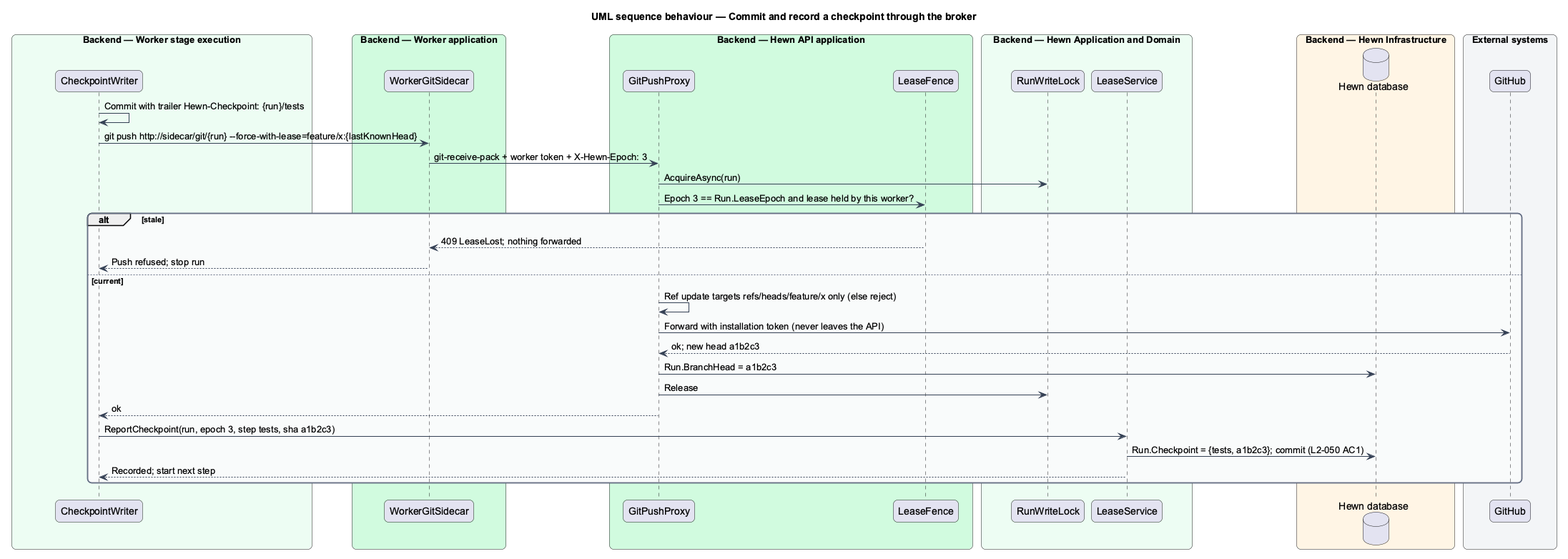
QuinntyneBrown/hewn keeps this PlantUML diagram as docs/detailed-designs/agent-runtime/worker-loop/diagrams/sequence-checkpoint.png. Above is the earlier version.
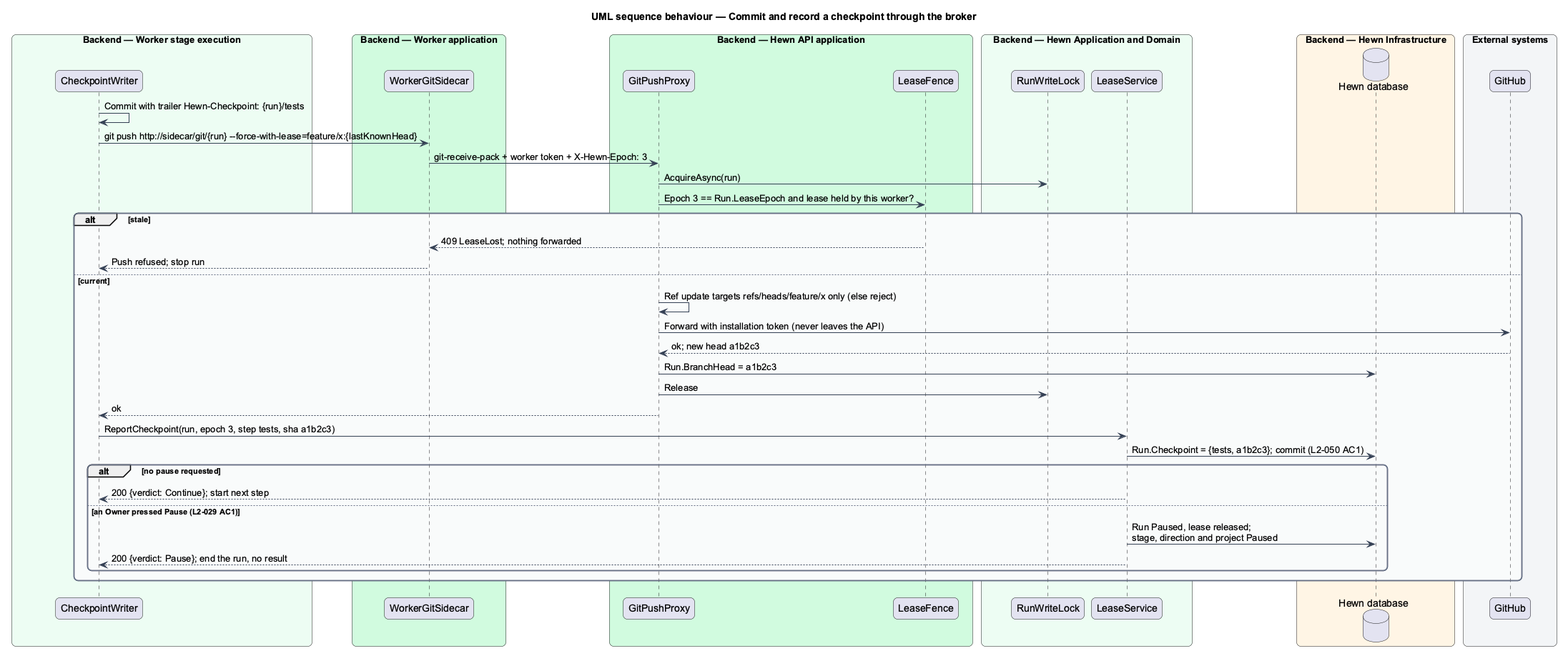
Later version of the same file.

Diff of the diagram source:
```diff
@@ -52,6 +52,11 @@
   proxy --> cw : ok
   cw -> lease : ReportCheckpoint(run, epoch 3, step tests, sha a1b2c3)
   lease -> db : Run.Checkpoint = {tests, a1b2c3}; commit (L2-050 AC1)
-  lease --> cw : Recorded; start next step
+  alt no pause requested
+    lease --> cw : 200 {verdict: Continue}; start next step
+  else an Owner pressed Pause (L2-029 AC1)
+    lease -> db : Run Paused, lease released;\nstage, direction and project Paused
+    lease --> cw : 200 {verdict: Pause}; end the run, no result
+  end
 end
 @enduml
```
